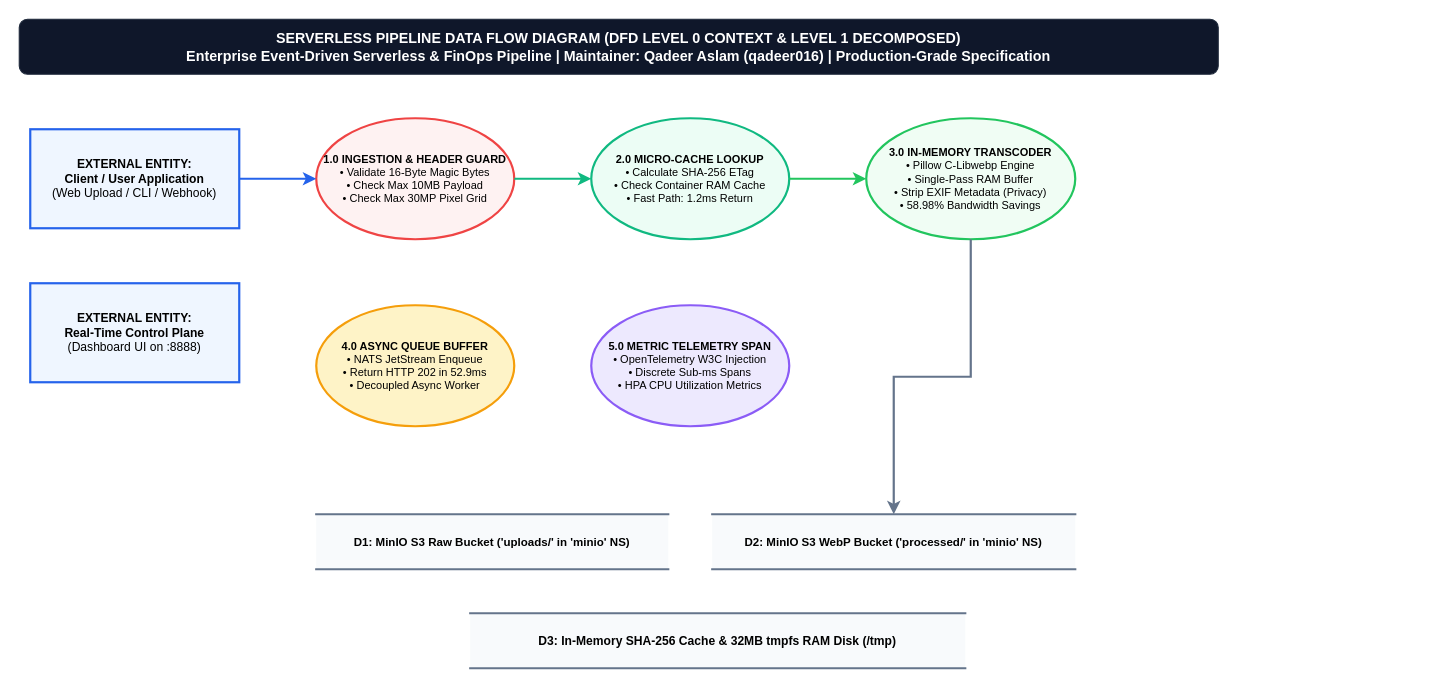
Before: page "3. Data Flow Diagram (DFD Level 0 & 1)" (3 of 6) of architecture_diagrams/all.drawio in qadeeraay/serverless-cost-pipeline, a draw.io diagram. Source tidied: cells renumbered, new cells numbered last; positions are measured from the earlier drawing's top-left corner, leaving out a move shared by most shapes. Both pictures are drawn from the tidied source at 110%, with x=0, y=0 at pixel (19, 19).
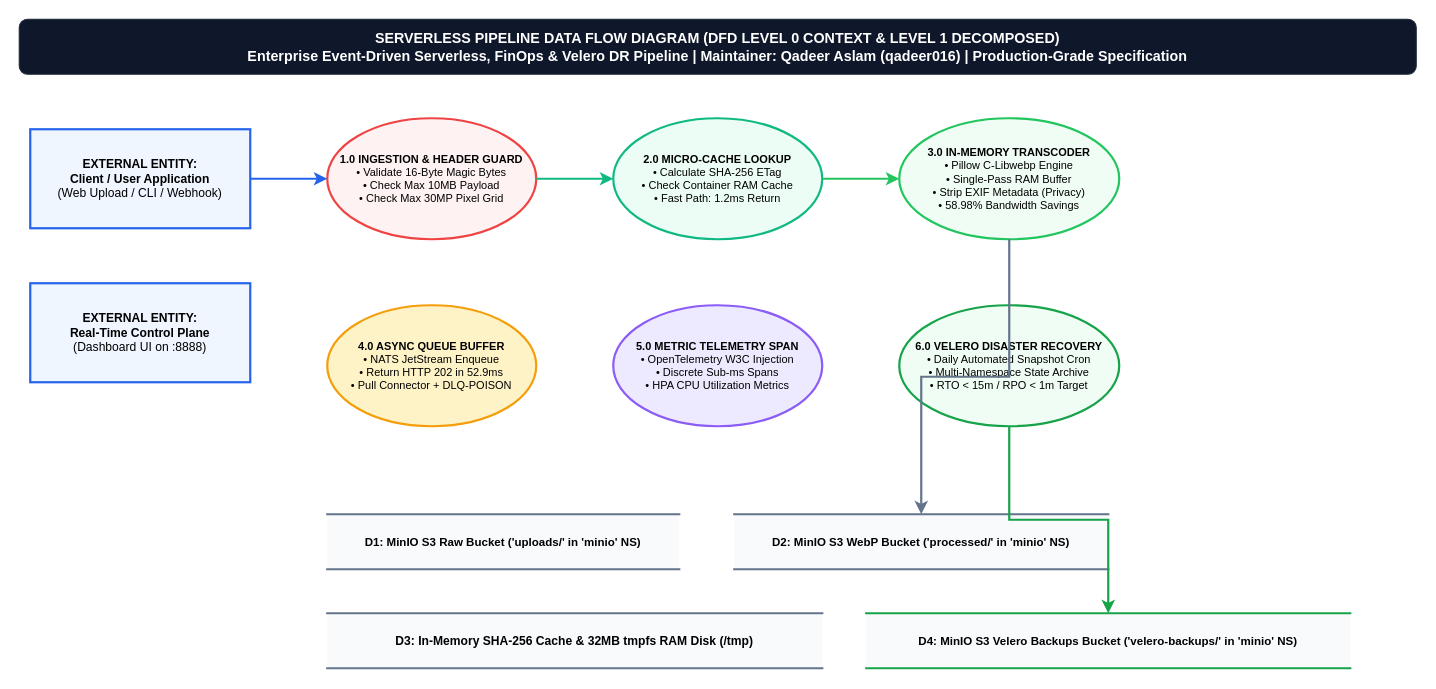
The same diagram, later.

Commit message (it also covers changes not shown here):
feat: update system architecture diagrams and documentation to include disaster recovery and Velero integration details

Change to the diagram source:
```diff
@@
 <mxGraphModel background="#ffffff">
   <root>
     <mxCell id="0" />
     <mxCell id="1" parent="0" />
-    <mxCell id="2" value="SERVERLESS PIPELINE DATA FLOW DIAGRAM (DFD LEVEL 0 CONTEXT &amp; LEVEL 1 DECOMPOSED)&#10;Enterprise Event-Driven Serverless &amp; FinOps Pipeline | Maintainer: Qadeer Aslam (qadeer016) | Production-Grade Specification" style="rounded=1;whiteSpace=wrap;html=1;fillColor=#0f172a;strokeColor=#1e293b;fontColor=#ffffff;fontSize=13;fontStyle=1;align=center;" parent="1" vertex="1">
-      <mxGeometry width="1090" height="50" as="geometry" />
+    <mxCell id="2" value="SERVERLESS PIPELINE DATA FLOW DIAGRAM (DFD LEVEL 0 CONTEXT &amp; LEVEL 1 DECOMPOSED)&#10;Enterprise Event-Driven Serverless, FinOps &amp; Velero DR Pipeline | Maintainer: Qadeer Aslam (qadeer016) | Production-Grade Specification" style="rounded=1;whiteSpace=wrap;html=1;fillColor=#0f172a;strokeColor=#1e293b;fontColor=#ffffff;fontSize=13;fontStyle=1;align=center;" parent="1" vertex="1">
+      <mxGeometry width="1270" height="50" as="geometry" />
     </mxCell>
     <mxCell id="3" value="&lt;b&gt;EXTERNAL ENTITY:&lt;br&gt;Client / User Application&lt;/b&gt;&lt;br&gt;(Web Upload / CLI / Webhook)" style="rounded=0;whiteSpace=wrap;html=1;fillColor=#eff6ff;strokeColor=#2563eb;strokeWidth=2;fontSize=11;" parent="1" vertex="1">
-      <mxGeometry x="10" y="100" width="190" height="90" as="geometry" />
+      <mxGeometry x="10" y="100" width="200" height="90" as="geometry" />
     </mxCell>
     <mxCell id="4" value="&lt;b&gt;EXTERNAL ENTITY:&lt;br&gt;Real-Time Control Plane&lt;/b&gt;&lt;br&gt;(Dashboard UI on :8888)" style="rounded=0;whiteSpace=wrap;html=1;fillColor=#eff6ff;strokeColor=#2563eb;strokeWidth=2;fontSize=11;" parent="1" vertex="1">
-      <mxGeometry x="10" y="240" width="190" height="90" as="geometry" />
+      <mxGeometry x="10" y="240" width="200" height="90" as="geometry" />
     </mxCell>
     <mxCell id="5" value="&lt;b&gt;1.0 INGESTION &amp; HEADER GUARD&lt;/b&gt;&lt;br&gt;• Validate 16-Byte Magic Bytes&lt;br&gt;• Check Max 10MB Payload&lt;br&gt;• Check Max 30MP Pixel Grid" style="ellipse;whiteSpace=wrap;html=1;fillColor=#fef2f2;strokeColor=#ef4444;strokeWidth=2;fontSize=10;" parent="1" vertex="1">
-      <mxGeometry x="270" y="90" width="180" height="110" as="geometry" />
+      <mxGeometry x="280" y="90" width="190" height="110" as="geometry" />
     </mxCell>
     <mxCell id="6" value="&lt;b&gt;2.0 MICRO-CACHE LOOKUP&lt;/b&gt;&lt;br&gt;• Calculate SHA-256 ETag&lt;br&gt;• Check Container RAM Cache&lt;br&gt;• Fast Path: 1.2ms Return" style="ellipse;whiteSpace=wrap;html=1;fillColor=#ecfdf5;strokeColor=#10b981;strokeWidth=2;fontSize=10;" parent="1" vertex="1">
-      <mxGeometry x="520" y="90" width="180" height="110" as="geometry" />
+      <mxGeometry x="540" y="90" width="190" height="110" as="geometry" />
     </mxCell>
     <mxCell id="7" value="&lt;b&gt;3.0 IN-MEMORY TRANSCODER&lt;/b&gt;&lt;br&gt;• Pillow C-Libwebp Engine&lt;br&gt;• Single-Pass RAM Buffer&lt;br&gt;• Strip EXIF Metadata (Privacy)&lt;br&gt;• 58.98% Bandwidth Savings" style="ellipse;whiteSpace=wrap;html=1;fillColor=#f0fdf4;strokeColor=#22c55e;strokeWidth=2;fontSize=10;" parent="1" vertex="1">
-      <mxGeometry x="770" y="90" width="190" height="110" as="geometry" />
+      <mxGeometry x="800" y="90" width="200" height="110" as="geometry" />
     </mxCell>
-    <mxCell id="8" value="&lt;b&gt;4.0 ASYNC QUEUE BUFFER&lt;/b&gt;&lt;br&gt;• NATS JetStream Enqueue&lt;br&gt;• Return HTTP 202 in 52.9ms&lt;br&gt;• Decoupled Async Worker" style="ellipse;whiteSpace=wrap;html=1;fillColor=#fef3c7;strokeColor=#f59e0b;strokeWidth=2;fontSize=10;" parent="1" vertex="1">
-      <mxGeometry x="270" y="260" width="180" height="110" as="geometry" />
+    <mxCell id="8" value="&lt;b&gt;4.0 ASYNC QUEUE BUFFER&lt;/b&gt;&lt;br&gt;• NATS JetStream Enqueue&lt;br&gt;• Return HTTP 202 in 52.9ms&lt;br&gt;• Pull Connector + DLQ-POISON" style="ellipse;whiteSpace=wrap;html=1;fillColor=#fef3c7;strokeColor=#f59e0b;strokeWidth=2;fontSize=10;" parent="1" vertex="1">
+      <mxGeometry x="280" y="260" width="190" height="110" as="geometry" />
     </mxCell>
     <mxCell id="9" value="&lt;b&gt;5.0 METRIC TELEMETRY SPAN&lt;/b&gt;&lt;br&gt;• OpenTelemetry W3C Injection&lt;br&gt;• Discrete Sub-ms Spans&lt;br&gt;• HPA CPU Utilization Metrics" style="ellipse;whiteSpace=wrap;html=1;fillColor=#ede9fe;strokeColor=#8b5cf6;strokeWidth=2;fontSize=10;" parent="1" vertex="1">
-      <mxGeometry x="520" y="260" width="180" height="110" as="geometry" />
+      <mxGeometry x="540" y="260" width="190" height="110" as="geometry" />
     </mxCell>
+    <mxCell id="17" value="&lt;b&gt;6.0 VELERO DISASTER RECOVERY&lt;/b&gt;&lt;br&gt;• Daily Automated Snapshot Cron&lt;br&gt;• Multi-Namespace State Archive&lt;br&gt;• RTO &lt; 15m / RPO &lt; 1m Target" style="ellipse;whiteSpace=wrap;html=1;fillColor=#f0fdf4;strokeColor=#16a34a;strokeWidth=2;fontSize=10;" parent="1" vertex="1">
+      <mxGeometry x="800" y="260" width="200" height="110" as="geometry" />
+    </mxCell>
     <mxCell id="10" value="&lt;b&gt;D1: MinIO S3 Raw Bucket ('uploads/' in 'minio' NS)&lt;/b&gt;" style="html=1;dashed=0;whiteSpace=wrap;shape=partialRectangle;right=0;left=0;fillColor=#f8fafc;strokeColor=#64748b;strokeWidth=2;fontSize=10.5;" parent="1" vertex="1">
-      <mxGeometry x="270" y="450" width="320" height="50" as="geometry" />
+      <mxGeometry x="280" y="450" width="320" height="50" as="geometry" />
     </mxCell>
     <mxCell id="11" value="&lt;b&gt;D2: MinIO S3 WebP Bucket ('processed/' in 'minio' NS)&lt;/b&gt;" style="html=1;dashed=0;whiteSpace=wrap;shape=partialRectangle;right=0;left=0;fillColor=#f8fafc;strokeColor=#64748b;strokeWidth=2;fontSize=10.5;" parent="1" vertex="1">
-      <mxGeometry x="630" y="450" width="330" height="50" as="geometry" />
+      <mxGeometry x="650" y="450" width="340" height="50" as="geometry" />
     </mxCell>
     <mxCell id="12" value="&lt;b&gt;D3: In-Memory SHA-256 Cache &amp; 32MB tmpfs RAM Disk (/tmp)&lt;/b&gt;" style="html=1;dashed=0;whiteSpace=wrap;shape=partialRectangle;right=0;left=0;fillColor=#f8fafc;strokeColor=#64748b;strokeWidth=2;fontSize=11;" parent="1" vertex="1">
-      <mxGeometry x="410" y="540" width="450" height="50" as="geometry" />
+      <mxGeometry x="280" y="540" width="450" height="50" as="geometry" />
     </mxCell>
+    <mxCell id="18" value="&lt;b&gt;D4: MinIO S3 Velero Backups Bucket ('velero-backups/' in 'minio' NS)&lt;/b&gt;" style="html=1;dashed=0;whiteSpace=wrap;shape=partialRectangle;right=0;left=0;fillColor=#f8fafc;strokeColor=#16a34a;strokeWidth=2;fontSize=10.5;" parent="1" vertex="1">
+      <mxGeometry x="770" y="540" width="440" height="50" as="geometry" />
+    </mxCell>
     <mxCell id="13" style="edgeStyle=orthogonalEdgeStyle;rounded=0;jettySize=auto;html=1;strokeColor=#2563eb;strokeWidth=2;" parent="1" edge="1" source="3" target="5">
       <mxGeometry relative="1" as="geometry" />
     </mxCell>
     <mxCell id="14" style="edgeStyle=orthogonalEdgeStyle;rounded=0;jettySize=auto;html=1;strokeColor=#10b981;strokeWidth=2;" parent="1" edge="1" source="5" target="6">
       <mxGeometry relative="1" as="geometry" />
     </mxCell>
     <mxCell id="15" style="edgeStyle=orthogonalEdgeStyle;rounded=0;jettySize=auto;html=1;strokeColor=#22c55e;strokeWidth=2;" parent="1" edge="1" source="6" target="7">
       <mxGeometry relative="1" as="geometry" />
     </mxCell>
     <mxCell id="16" style="edgeStyle=orthogonalEdgeStyle;rounded=0;jettySize=auto;html=1;strokeColor=#64748b;strokeWidth=2;" parent="1" edge="1" source="7" target="11">
       <mxGeometry relative="1" as="geometry" />
     </mxCell>
+    <mxCell id="19" style="edgeStyle=orthogonalEdgeStyle;rounded=0;jettySize=auto;html=1;strokeColor=#16a34a;strokeWidth=2;" parent="1" edge="1" source="17" target="18">
+      <mxGeometry relative="1" as="geometry" />
+    </mxCell>
   </root>
 </mxGraphModel>
```
